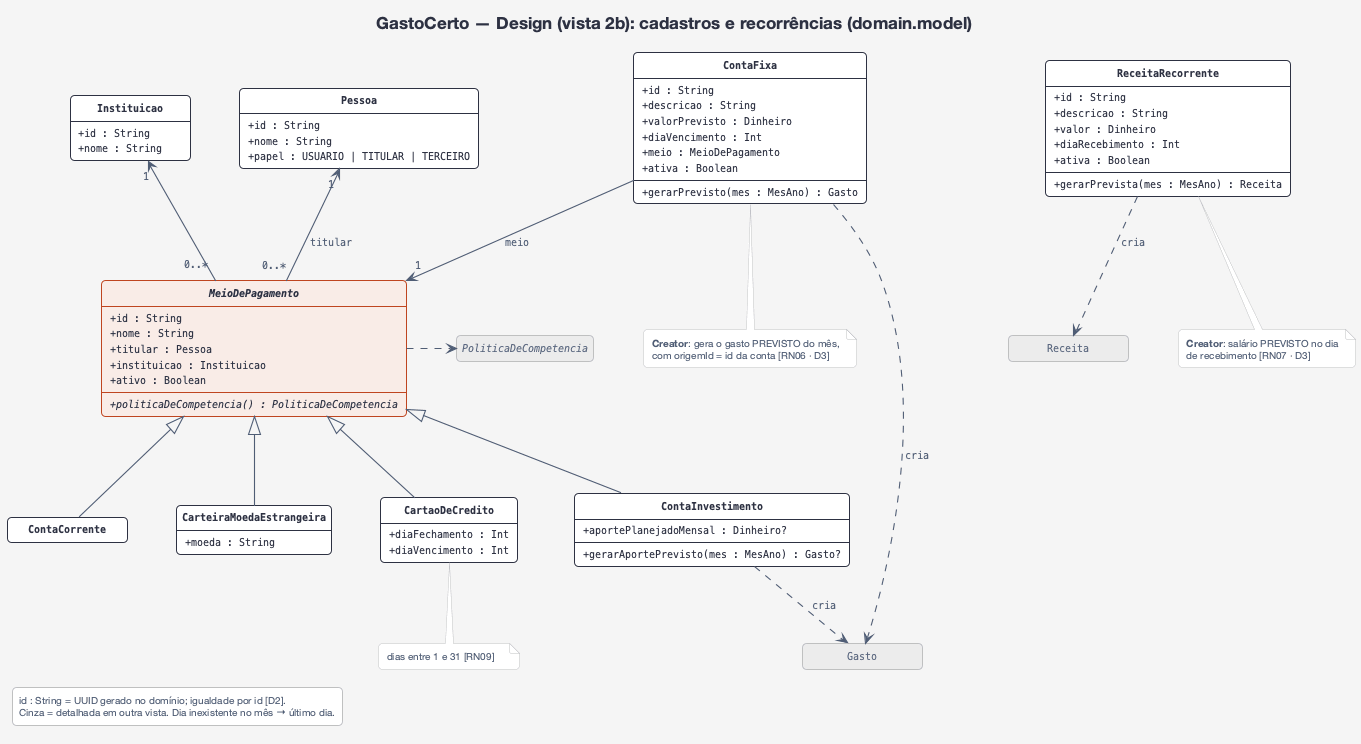
Earlier version of the PlantUML export docs/uml/design-2b-dominio-cadastros.png (gabrielfbarbosa/gasto-certo).
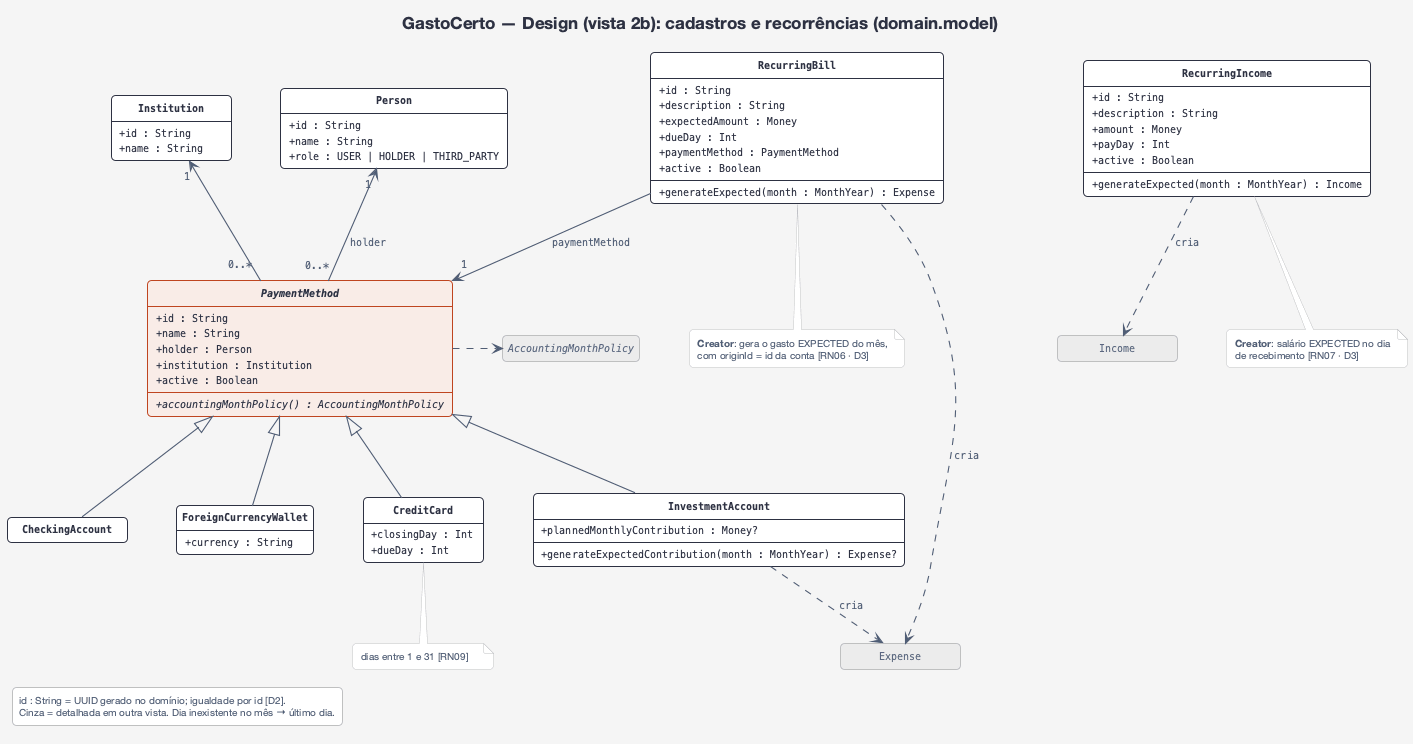
Later version of the same file.

The edit, as a diff of the source:
```diff
@@ -7,77 +7,77 @@
 hide <<foco>> stereotype
 title GastoCerto — Design (vista 2b): cadastros e recorrências (domain.model)
 
-class Pessoa {
+class Person {
   + id : String
-  + nome : String
-  + papel : USUARIO | TITULAR | TERCEIRO
+  + name : String
+  + role : USER | HOLDER | THIRD_PARTY
 }
-class Instituicao {
+class Institution {
   + id : String
-  + nome : String
+  + name : String
 }
-abstract class MeioDePagamento <<foco>> {
+abstract class PaymentMethod <<foco>> {
   + id : String
-  + nome : String
-  + titular : Pessoa
-  + instituicao : Instituicao
-  + ativo : Boolean
-  + {abstract} politicaDeCompetencia() : PoliticaDeCompetencia
+  + name : String
+  + holder : Person
+  + institution : Institution
+  + active : Boolean
+  + {abstract} accountingMonthPolicy() : AccountingMonthPolicy
 }
-class CartaoDeCredito {
-  + diaFechamento : Int
-  + diaVencimento : Int
+class CreditCard {
+  + closingDay : Int
+  + dueDay : Int
 }
-class ContaCorrente
-class CarteiraMoedaEstrangeira {
-  + moeda : String
+class CheckingAccount
+class ForeignCurrencyWallet {
+  + currency : String
 }
-class ContaInvestimento {
-  + aportePlanejadoMensal : Dinheiro?
-  + gerarAportePrevisto(mes : MesAno) : Gasto?
+class InvestmentAccount {
+  + plannedMonthlyContribution : Money?
+  + generateExpectedContribution(month : MonthYear) : Expense?
 }
-class ContaFixa {
+class RecurringBill {
   + id : String
-  + descricao : String
-  + valorPrevisto : Dinheiro
-  + diaVencimento : Int
-  + meio : MeioDePagamento
-  + ativa : Boolean
-  + gerarPrevisto(mes : MesAno) : Gasto
+  + description : String
+  + expectedAmount : Money
+  + dueDay : Int
+  + paymentMethod : PaymentMethod
+  + active : Boolean
+  + generateExpected(month : MonthYear) : Expense
 }
-class ReceitaRecorrente {
+class RecurringIncome {
   + id : String
-  + descricao : String
-  + valor : Dinheiro
-  + diaRecebimento : Int
-  + ativa : Boolean
-  + gerarPrevista(mes : MesAno) : Receita
+  + description : String
+  + amount : Money
+  + payDay : Int
+  + active : Boolean
+  + generateExpected(month : MonthYear) : Income
 }
-class Gasto <<ref>>
-class Receita <<ref>>
-interface PoliticaDeCompetencia <<ref>>
+class Expense <<ref>>
+class Income <<ref>>
+interface AccountingMonthPolicy <<ref>>
 
-MeioDePagamento "0..*" -up-> "1" Pessoa : titular
-MeioDePagamento "0..*" -up-> "1" Instituicao
-MeioDePagamento <|-- CartaoDeCredito
-MeioDePagamento <|-- ContaCorrente
-MeioDePagamento <|-- CarteiraMoedaEstrangeira
-MeioDePagamento <|-- ContaInvestimento
-MeioDePagamento .right.> PoliticaDeCompetencia
-ContaFixa --> "1" MeioDePagamento : meio
-ContaFixa ..> Gasto : cria
-ReceitaRecorrente ..> Receita : cria
-ContaInvestimento ..> Gasto : cria
+PaymentMethod "0..*" -up-> "1" Person : holder
+PaymentMethod "0..*" -up-> "1" Institution
+PaymentMethod <|-- CreditCard
+PaymentMethod <|-- CheckingAccount
+PaymentMethod <|-- ForeignCurrencyWallet
+PaymentMethod <|-- InvestmentAccount
+PaymentMethod .right.> AccountingMonthPolicy
+RecurringBill --> "1" PaymentMethod : paymentMethod
+RecurringBill ..> Expense : cria
+RecurringIncome ..> Income : cria
+InvestmentAccount ..> Expense : cria
 
-note bottom of ContaFixa
-  <b>Creator</b>: gera o gasto PREVISTO do mês,
-  com origemId = id da conta [RN06 · D3]
+note bottom of RecurringBill
+  <b>Creator</b>: gera o gasto EXPECTED do mês,
+  com originId = id da conta [RN06 · D3]
 end note
-note bottom of ReceitaRecorrente
-  <b>Creator</b>: salário PREVISTO no dia
+note bottom of RecurringIncome
+  <b>Creator</b>: salário EXPECTED no dia
   de recebimento [RN07 · D3]
 end note
-note bottom of CartaoDeCredito
+note bottom of CreditCard
   dias entre 1 e 31 [RN09]
 end note
 legend left
```
